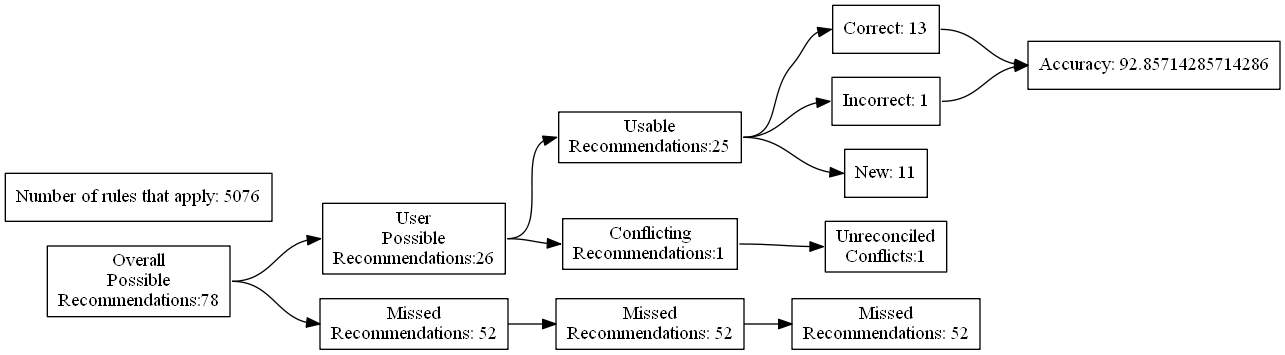
The Graphviz diagram test_renders/100.gv.png in ZaxR/ibd_diet_analysis, before a commit. Its source is kept beside it as test_renders/100.gv.
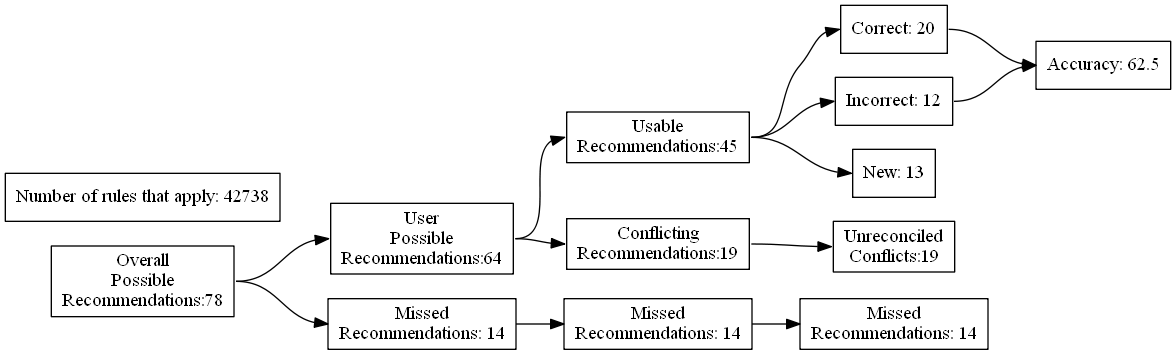
The same file after the commit.

Diff of the diagram source:
```diff
@@ -7,24 +7,24 @@
 Recommendations:78"]
 		B [label="User
 Possible
-Recommendations:26"]
+Recommendations:64"]
 		C [label="Missed
-Recommendations: 52"]
+Recommendations: 14"]
 		D [label="Usable
-Recommendations:25"]
+Recommendations:45"]
 		E [label="Conflicting
-Recommendations:1"]
+Recommendations:19"]
 		J [label="Missed
-Recommendations: 52"]
+Recommendations: 14"]
 		M [label="Unreconciled
-Conflicts:1"]
-		F [label="Correct: 13"]
-		G [label="Incorrect: 1"]
-		H [label="New: 11"]
+Conflicts:19"]
+		F [label="Correct: 20"]
+		G [label="Incorrect: 12"]
+		H [label="New: 13"]
 		K [label="Missed
-Recommendations: 52"]
-		I [label="Accuracy: 92.85714285714286"]
-		l [label="Number of rules that apply: 5076"]
+Recommendations: 14"]
+		I [label="Accuracy: 62.5"]
+		l [label="Number of rules that apply: 42738"]
 			A -> B
 			A -> C
 			B -> D
```
